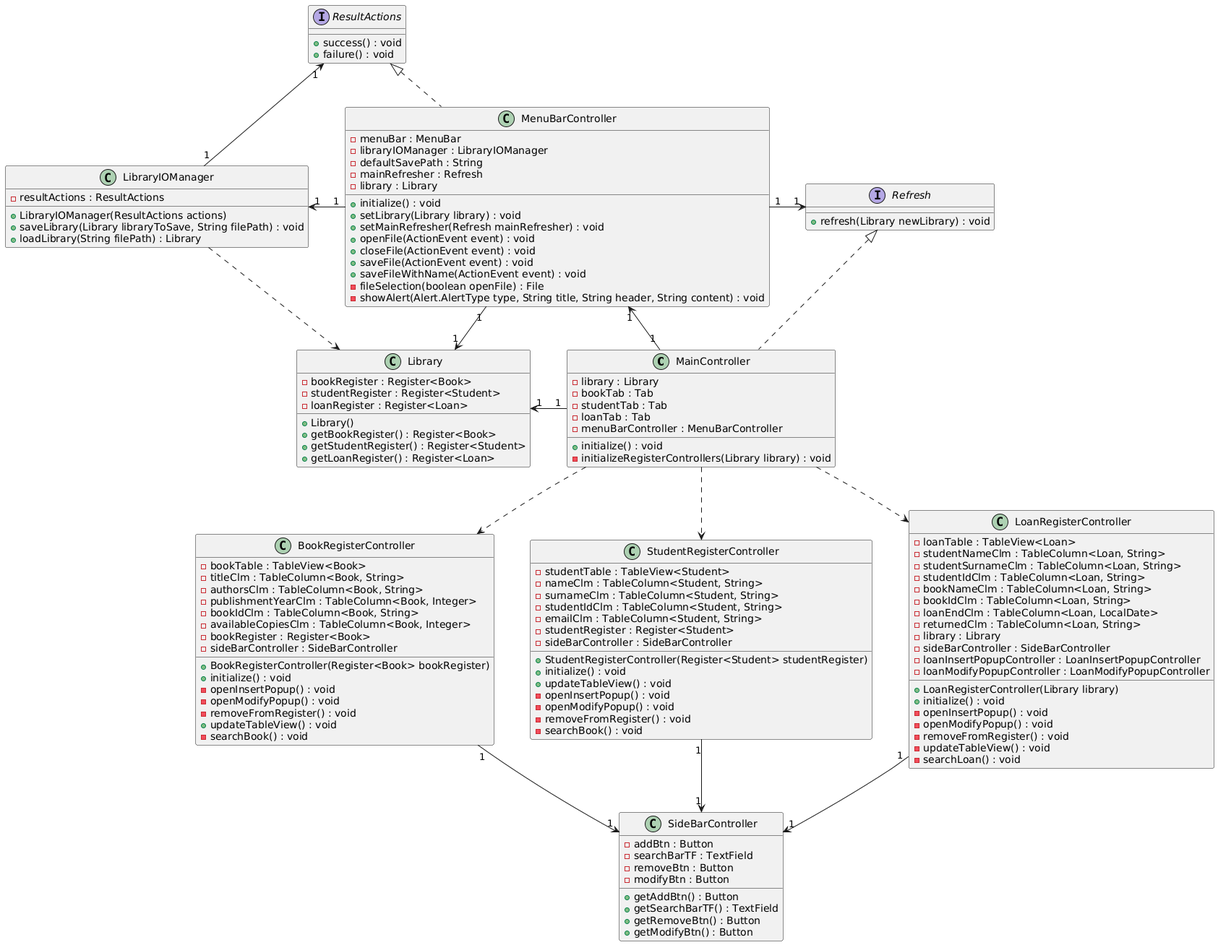
Earlier version of the PlantUML export docs/Class Diagrams/Detailed View/Complete Diagrams/MainControllerPerspective/MainControllerPerspective.png (cwke/LibraryManager).
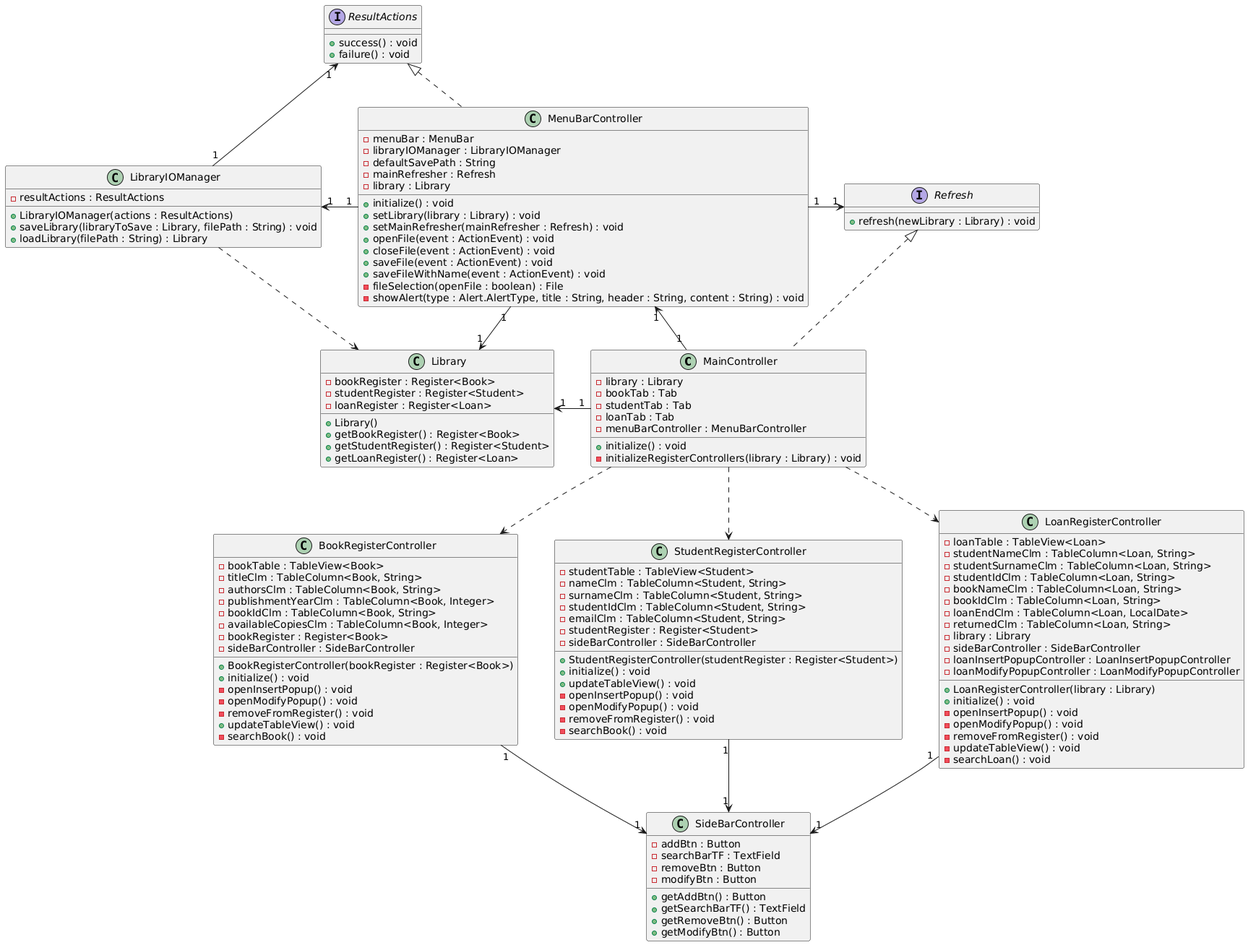
Above is the later version.

Change to the diagram source:
```diff
@@ -41,11 +41,11 @@
     - menuBarController : MenuBarController
 
     + initialize() : void
-    - initializeRegisterControllers(Library library) : void
+    - initializeRegisterControllers(library : Library) : void
 }
 
 interface Refresh {
-    + refresh(Library newLibrary) : void
+    + refresh(newLibrary : Library) : void
 }
 
 class MenuBarController {
@@ -56,22 +56,22 @@
     - library : Library
 
     + initialize() : void
-    + setLibrary(Library library) : void
-    + setMainRefresher(Refresh mainRefresher) : void
-    + openFile(ActionEvent event) : void
-    + closeFile(ActionEvent event) : void
-    + saveFile(ActionEvent event) : void
-    + saveFileWithName(ActionEvent event) : void
-    - fileSelection(boolean openFile) : File
-    - showAlert(Alert.AlertType type, String title, String header, String content) : void
+    + setLibrary(library : Library) : void
+    + setMainRefresher(mainRefresher : Refresh) : void
+    + openFile(event : ActionEvent) : void
+    + closeFile(event : ActionEvent) : void
+    + saveFile(event : ActionEvent) : void
+    + saveFileWithName(event : ActionEvent) : void
+    - fileSelection(openFile : boolean) : File
+    - showAlert(type : Alert.AlertType, title : String, header : String, content : String) : void
 }
 
 class LibraryIOManager {
     - resultActions : ResultActions
 
-    + LibraryIOManager(ResultActions actions)
-    + saveLibrary(Library libraryToSave, String filePath) : void
-    + loadLibrary(String filePath) : Library
+    + LibraryIOManager(actions : ResultActions)
+    + saveLibrary(libraryToSave : Library, filePath : String) : void
+    + loadLibrary(filePath : String) : Library
 }
 
 interface ResultActions {
@@ -88,7 +88,7 @@
     - studentRegister : Register<Student>
     - sideBarController : SideBarController
 
-    + StudentRegisterController(Register<Student> studentRegister)
+    + StudentRegisterController(studentRegister : Register<Student>)
     + initialize() : void
     + updateTableView() : void
     - openInsertPopup() : void
@@ -111,7 +111,7 @@
     - loanInsertPopupController : LoanInsertPopupController
     - loanModifyPopupController : LoanModifyPopupController
 
-    + LoanRegisterController(Library library)
+    + LoanRegisterController(library : Library)
     + initialize() : void
     - openInsertPopup() : void
     - openModifyPopup() : void
@@ -130,7 +130,7 @@
     - bookRegister : Register<Book>
     - sideBarController : SideBarController
 
-    + BookRegisterController(Register<Book> bookRegister)
+    + BookRegisterController(bookRegister : Register<Book>)
     + initialize() : void
     - openInsertPopup() : void
     - openModifyPopup() : void
```
